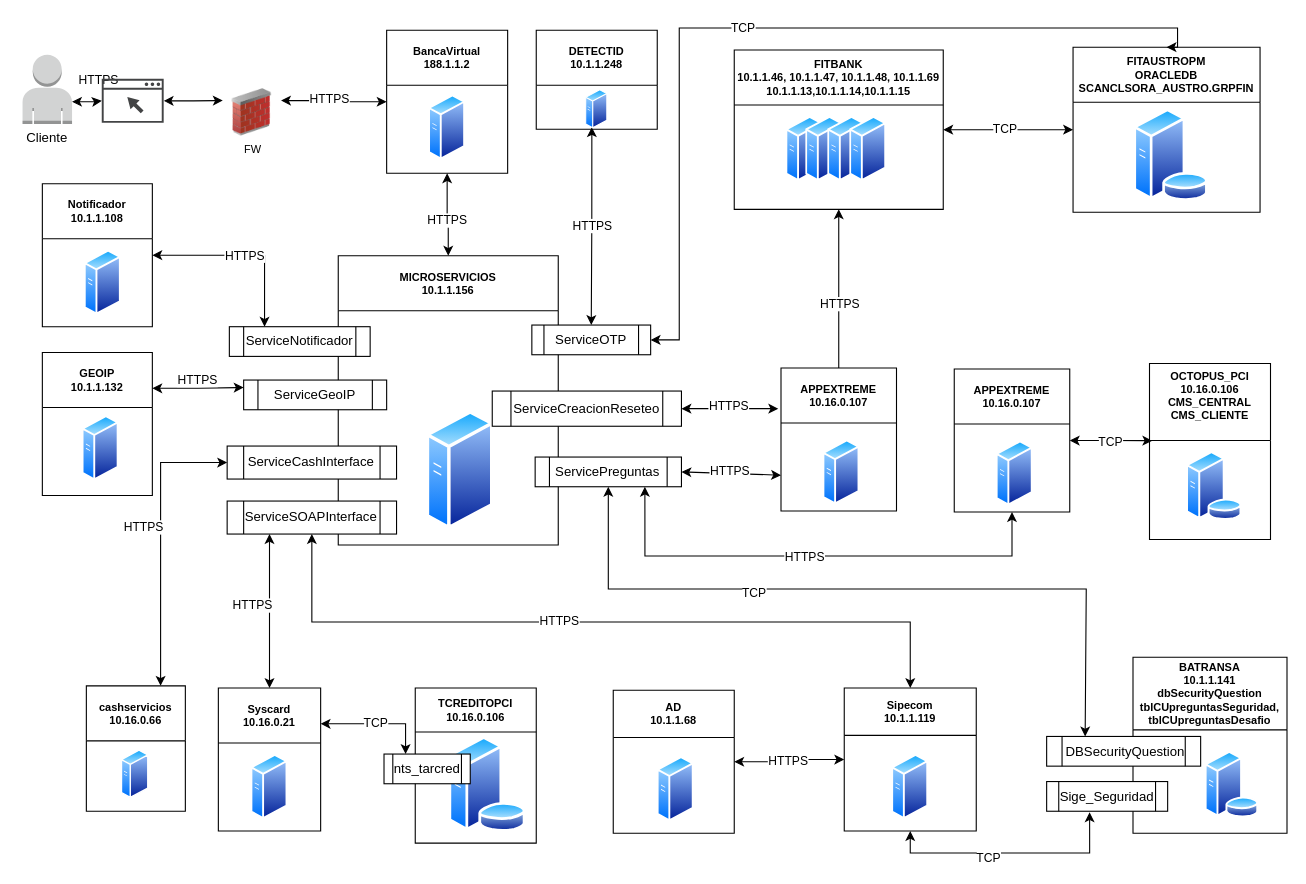
This is page "Final Despliegue" (1 of 8) of CreateUsrBVDiagram.drawio from davidguillermofg/Diagrams, a draw.io file, before an edit. Source tidied: cells renumbered, new cells numbered last; positions are measured from the earlier drawing's top-left corner, leaving out a move shared by most shapes. Both pictures are drawn from the tidied source at 110%, with x=0, y=0 at pixel (19, 28).
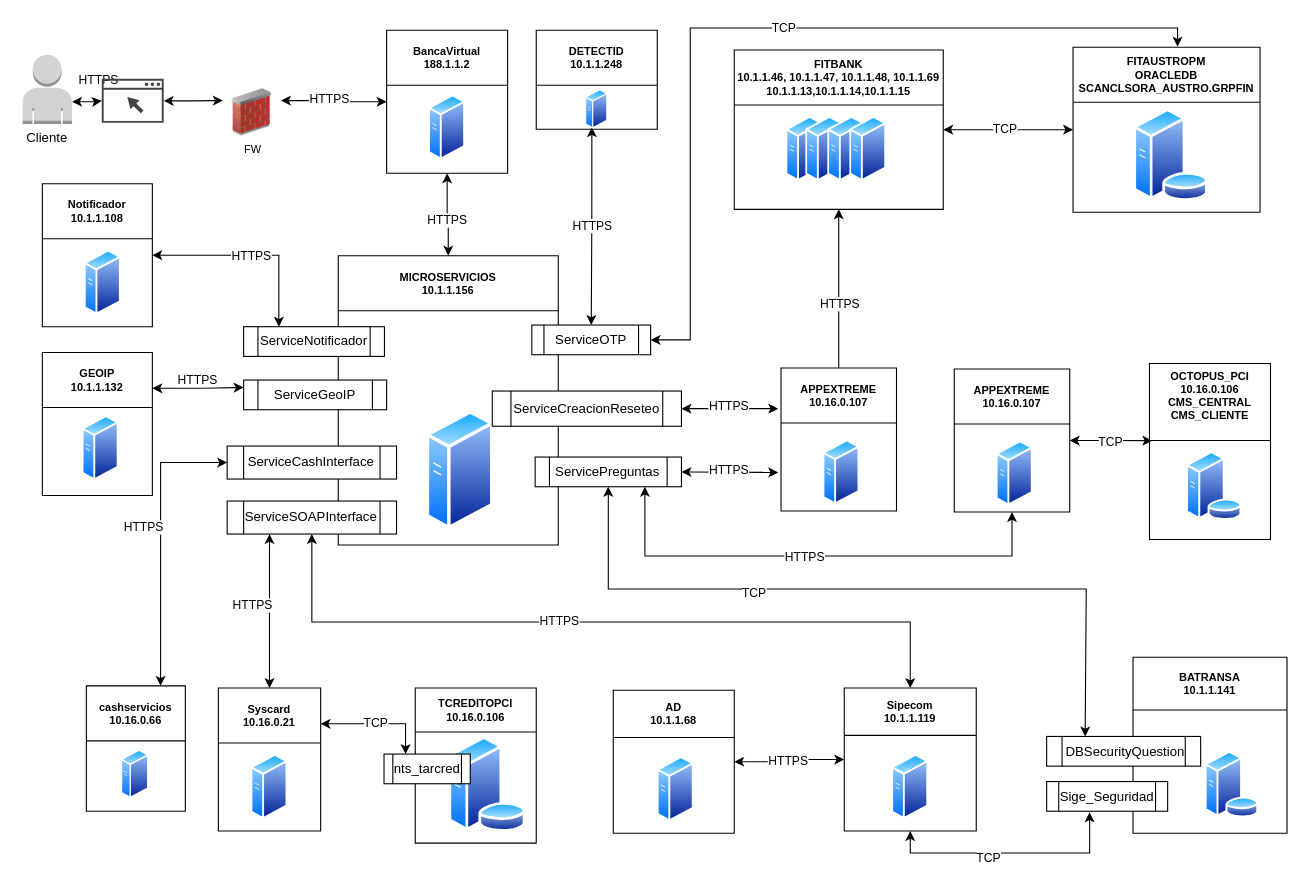
Above is the later version.

Unchanged cells that the change refers to:
```xml
<mxCell id="19" value="FITAUSTROPM&#10;ORACLEDB&#10;SCANCLSORA_AUSTRO.GRPFIN" style="swimlane;startSize=50;fontSize=10;" parent="1" vertex="1">
  <mxGeometry x="958" y="17.4" width="170" height="150" as="geometry" />
</mxCell>
<mxCell id="79" value="ServiceOTP" style="shape=process;whiteSpace=wrap;html=1;backgroundOutline=1;" parent="1" vertex="1">
  <mxGeometry x="466" y="270" width="108" height="27" as="geometry" />
</mxCell>
<mxCell id="80" value="ServicePreguntas" style="shape=process;whiteSpace=wrap;html=1;backgroundOutline=1;" parent="1" vertex="1">
  <mxGeometry x="469" y="390" width="133" height="27" as="geometry" />
</mxCell>
<mxCell id="86" value="APPEXTREME&#10;10.16.0.107" style="swimlane;startSize=50;fontSize=10;" parent="1" vertex="1">
  <mxGeometry x="692.5" y="309" width="105" height="130" as="geometry" />
</mxCell>
```

What changed in the source:
```diff
@@
-    <mxCell id="12" value="BATRANSA&#10;10.1.1.141&#10;dbSecurityQuestion&#10;tblCUpreguntasSeguridad,&#10;tblCUpreguntasDesafio" style="swimlane;startSize=66;fontSize=10;" parent="1" vertex="1">
+    <mxCell id="12" value="BATRANSA&#10;10.1.1.141" style="swimlane;startSize=48;fontSize=10;" parent="1" vertex="1">
       <mxGeometry x="1012.5" y="572" width="140" height="160" as="geometry" />
     </mxCell>
@@
-    <mxCell id="21" style="edgeStyle=orthogonalEdgeStyle;rounded=0;jettySize=auto;html=1;startArrow=classic;startFill=1;exitX=1;exitY=0.5;exitDx=0;exitDy=0;entryX=0.5;entryY=0;entryDx=0;entryDy=0;" parent="1" edge="1" source="79" target="19">
+    <mxCell id="21" style="edgeStyle=orthogonalEdgeStyle;rounded=0;jettySize=auto;html=1;startArrow=classic;startFill=1;exitX=1;exitY=0.5;exitDx=0;exitDy=0;" parent="1" edge="1" source="79">
       <mxGeometry relative="1" as="geometry">
+        <mxPoint x="1053" y="17" as="targetPoint" />
         <Array as="points">
-          <mxPoint x="600" y="284" />
-          <mxPoint x="600" />
+          <mxPoint x="610" y="284" />
+          <mxPoint x="610" />
           <mxPoint x="1053" />
         </Array>
       </mxGeometry>
     </mxCell>
     <mxCell id="22" value="TCP" style="edgeLabel;html=1;align=center;verticalAlign=middle;" parent="21" vertex="1">
-      <mxGeometry x="-0.07" y="1" relative="1" as="geometry" />
+      <mxGeometry x="-0.07" y="1" relative="1" as="geometry">
+        <mxPoint x="42" as="offset" />
+      </mxGeometry>
     </mxCell>
@@
-    <mxCell id="69" style="rounded=0;jettySize=auto;html=1;startArrow=classic;startFill=1;exitX=1;exitY=0.5;exitDx=0;exitDy=0;entryX=0;entryY=0.75;entryDx=0;entryDy=0;" parent="1" edge="1" source="80" target="86">
-      <mxGeometry relative="1" as="geometry" />
+    <mxCell id="69" style="rounded=0;jettySize=auto;html=1;startArrow=classic;startFill=1;exitX=1;exitY=0.5;exitDx=0;exitDy=0;" parent="1" edge="1" source="80">
+      <mxGeometry relative="1" as="geometry">
+        <mxPoint x="690" y="404" as="targetPoint" />
+      </mxGeometry>
     </mxCell>
@@
     <mxCell id="73" value="ServiceNotificador" style="shape=process;whiteSpace=wrap;html=1;backgroundOutline=1;" parent="1" vertex="1">
-      <mxGeometry x="191" y="271.5" width="128" height="27" as="geometry" />
+      <mxGeometry x="204" y="271.5" width="128" height="27" as="geometry" />
     </mxCell>
```
